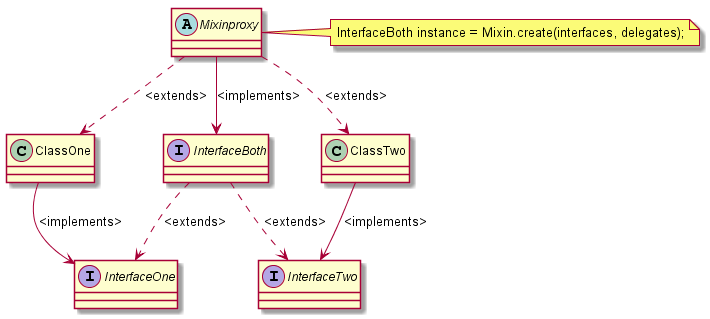
SimonGrad/JavaMixins keeps this PlantUML diagram as uml_what.png. Above is the earlier version.
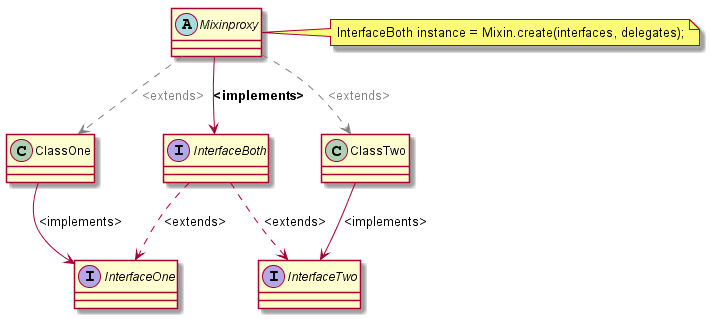
Above is the later version.

Commit message:
Extended diagram

Change to the diagram source:
```diff
@@ -8,9 +8,9 @@
 ClassTwo --> InterfaceTwo : <implements>
 InterfaceBoth ..> InterfaceOne : <extends>
 InterfaceBoth ..> InterfaceTwo : <extends>
-Mixinproxy --> InterfaceBoth : <implements>
-Mixinproxy ..> ClassOne : <extends>
-Mixinproxy ..> ClassTwo : <extends>
+Mixinproxy --> InterfaceBoth : <b><implements></b>
+Mixinproxy ..[#gray]> ClassOne : <font color=gray><extends></font>
+Mixinproxy ..[#gray]> ClassTwo : <font color=gray><extends></font>
 
 note right of Mixinproxy : InterfaceBoth instance = Mixin.create(interfaces, delegates);
 
```
